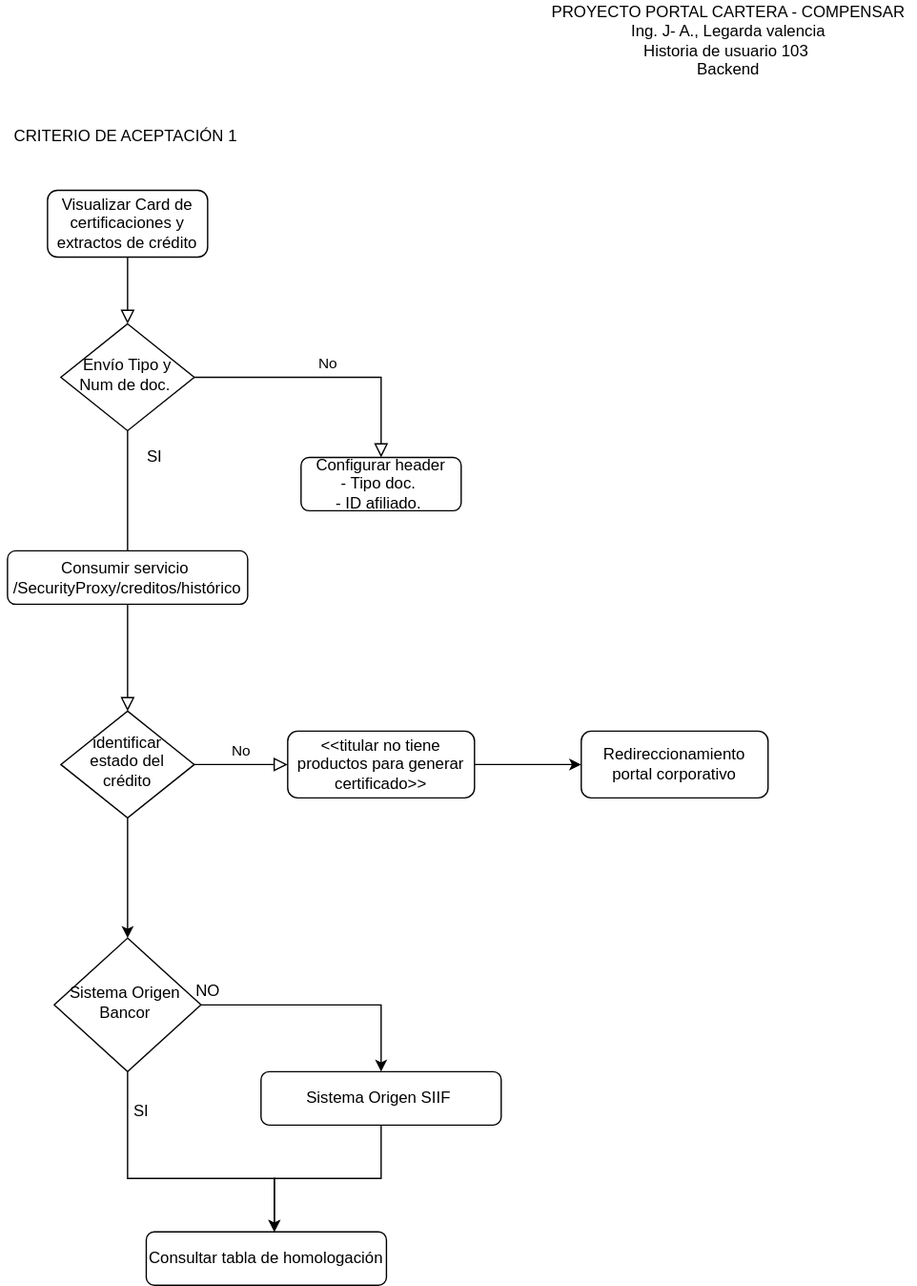
The draw.io diagram diagramas_flujo_backend_103.svg in coderunner86/compensar-diagramas-flujo, before a commit. Source tidied: cells renumbered, new cells last; positions are measured from the earlier drawing's top-left corner, leaving out a move shared by most shapes.
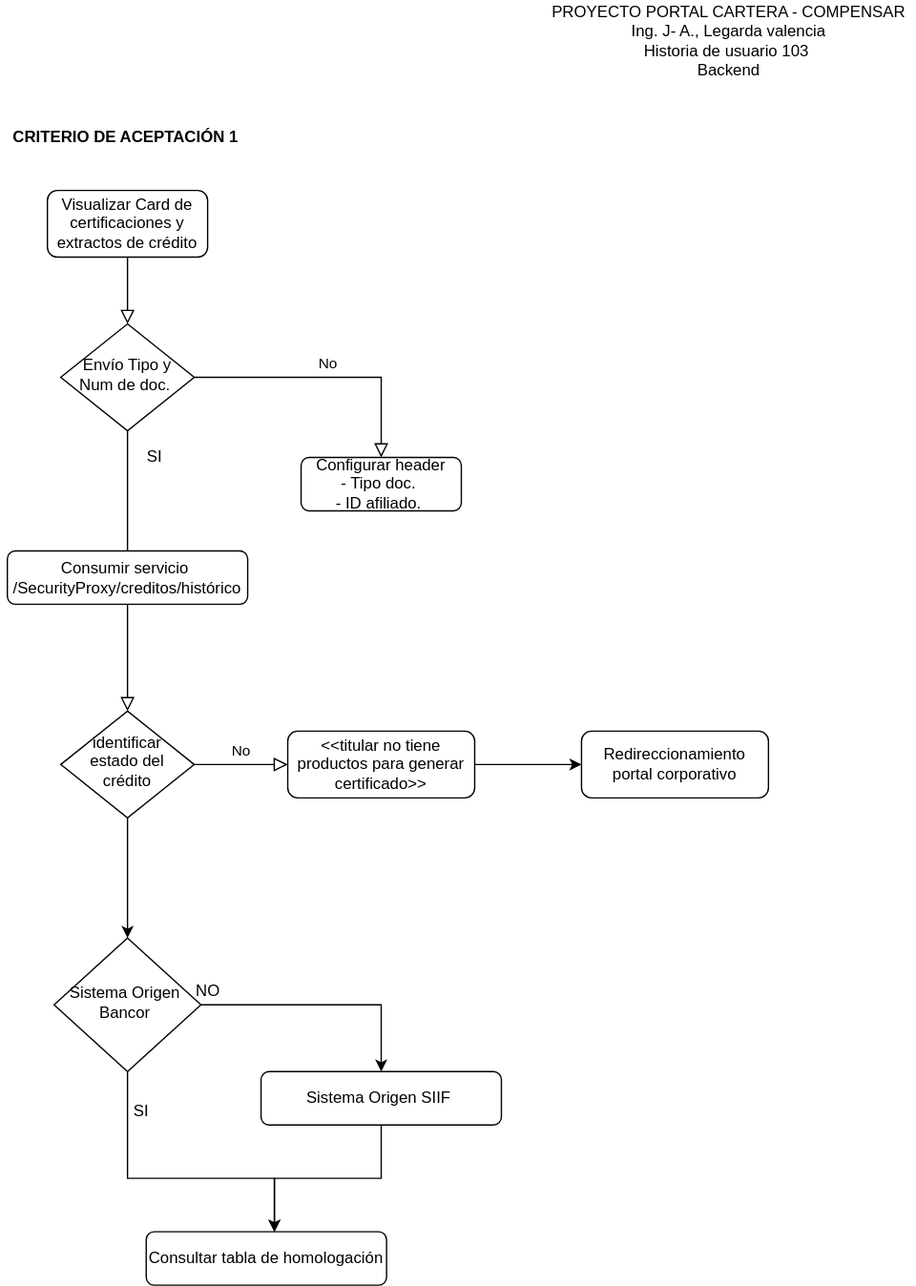
Later version of the same file.

What changed in the source:
```diff
@@ -90,7 +90,7 @@
     <mxCell id="24" style="endArrow=classic;html=1;rounded=0;edgeStyle=orthogonalEdgeStyle;exitX=1;exitY=0.5;exitDx=0;exitDy=0;entryX=0;entryY=0.5;entryDx=0;entryDy=0;" parent="1" edge="1" source="8" target="23">
       <mxGeometry relative="1" as="geometry" />
     </mxCell>
-    <mxCell id="25" value="CRITERIO DE ACEPTACIÓN 1&amp;nbsp;" style="text;html=1;align=center;verticalAlign=middle;strokeColor=none;" parent="1" vertex="1">
+    <mxCell id="25" value="&lt;b&gt;CRITERIO DE ACEPTACIÓN 1&amp;nbsp;&lt;/b&gt;" style="text;html=1;align=center;verticalAlign=middle;strokeColor=none;" parent="1" vertex="1">
       <mxGeometry y="92" width="190" height="20" as="geometry" />
     </mxCell>
   </root>
```
